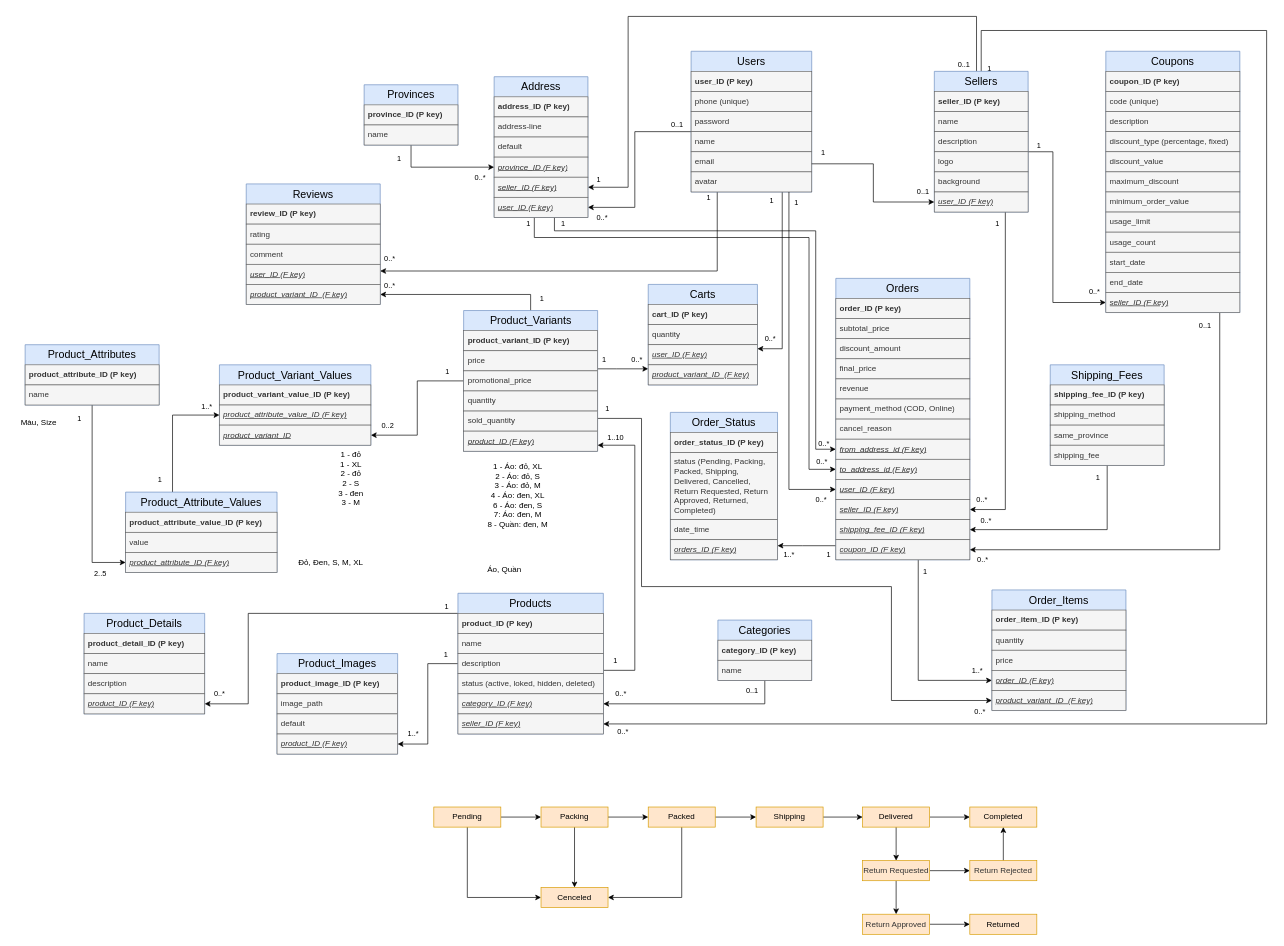
Before: document/database.drawio in thanhba0505/shoplands, a draw.io diagram. Source tidied: cells renumbered, new cells numbered last; positions are measured from the earlier drawing's top-left corner, leaving out a move shared by most shapes. Both pictures are drawn from the tidied source at 67%, with x=0, y=0 at pixel (11, 16).
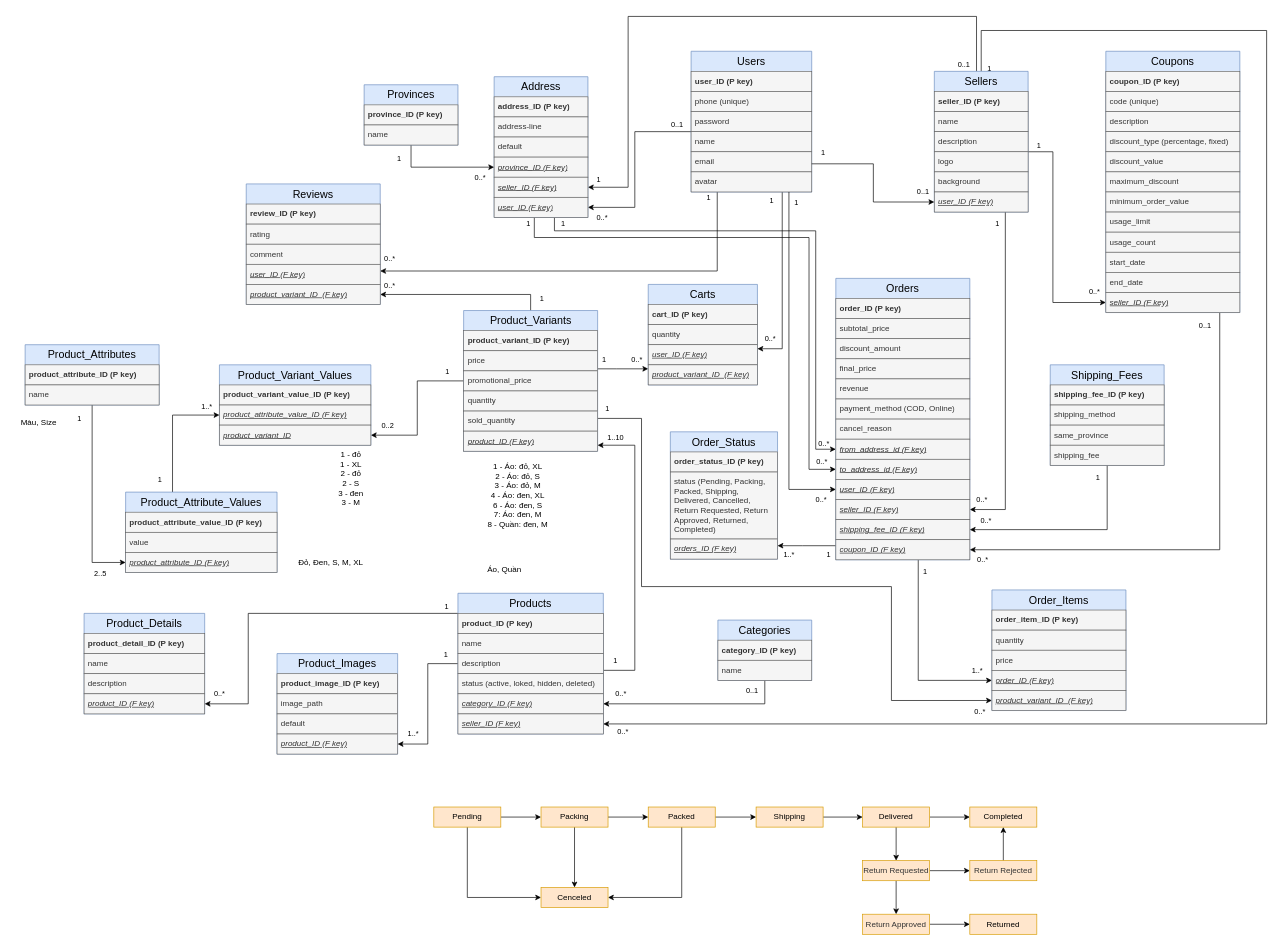
After the change.

Change to the diagram source:
```diff
@@
     <mxCell id="184" value="Order_Status" style="swimlane;fontStyle=0;horizontal=1;startSize=30;whiteSpace=wrap;html=1;fillColor=#dae8fc;strokeColor=#6c8ebf;fontSize=16;swimlaneLine=0;" parent="1" vertex="1">
-      <mxGeometry x="983" y="591" width="160" height="220" as="geometry" />
+      <mxGeometry x="983" y="620" width="160" height="190" as="geometry" />
     </mxCell>
@@
-    <mxCell id="187" value="date_time" style="text;strokeColor=#666666;fillColor=#f5f5f5;align=left;verticalAlign=middle;spacingLeft=4;spacingRight=4;overflow=hidden;whiteSpace=wrap;html=1;fontColor=#333333;swimlaneLine=0;" parent="184" vertex="1">
-      <mxGeometry y="160" width="160" height="30" as="geometry" />
-    </mxCell>
     <mxCell id="188" value="orders_ID (F key)" style="text;strokeColor=#666666;fillColor=#f5f5f5;align=left;verticalAlign=middle;spacingLeft=4;spacingRight=4;overflow=hidden;points=[[0,0.5],[1,0.5]];portConstraint=eastwest;whiteSpace=wrap;html=1;fontColor=#333333;fontStyle=6;swimlaneLine=0;" parent="184" vertex="1">
-      <mxGeometry y="190" width="160" height="30" as="geometry" />
+      <mxGeometry y="160" width="160" height="30" as="geometry" />
     </mxCell>
```
